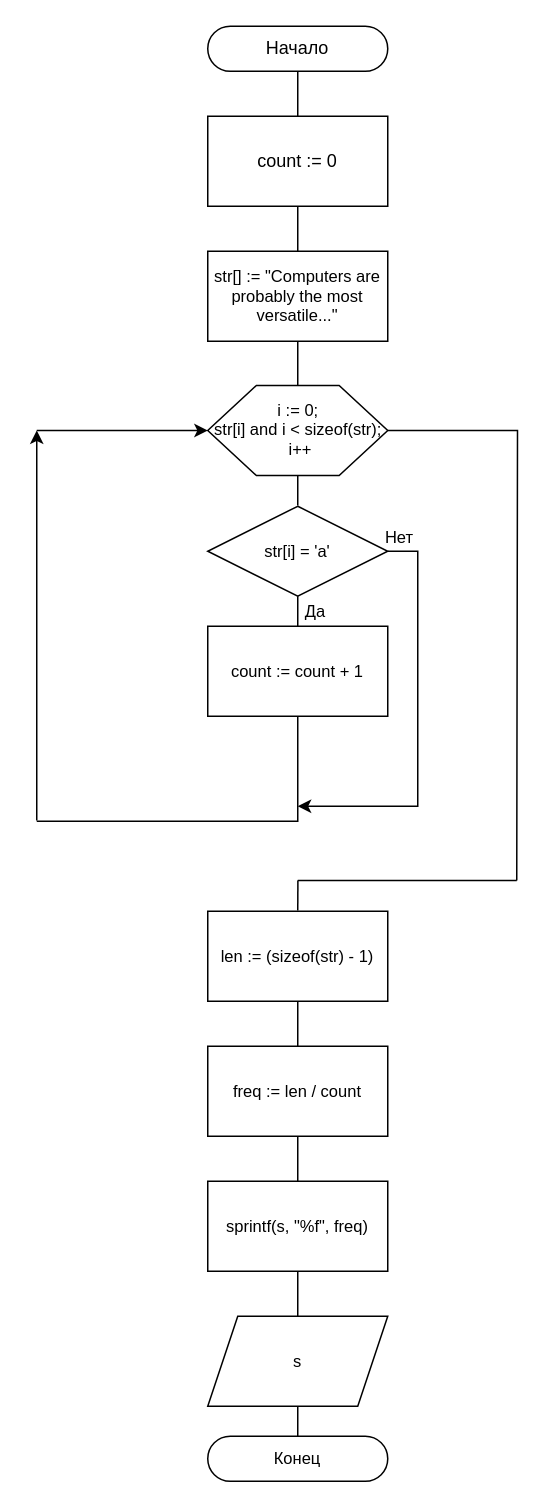
Above: 2.2/report/2.2.2.drawio in marselleze/poais-coding (draw.io), before the change. Source tidied: cells renumbered, new cells numbered last; positions are measured from the earlier drawing's top-left corner, leaving out a move shared by most shapes. Both pictures are drawn from the tidied source at 150%, with x=0, y=0 at pixel (36, 26).
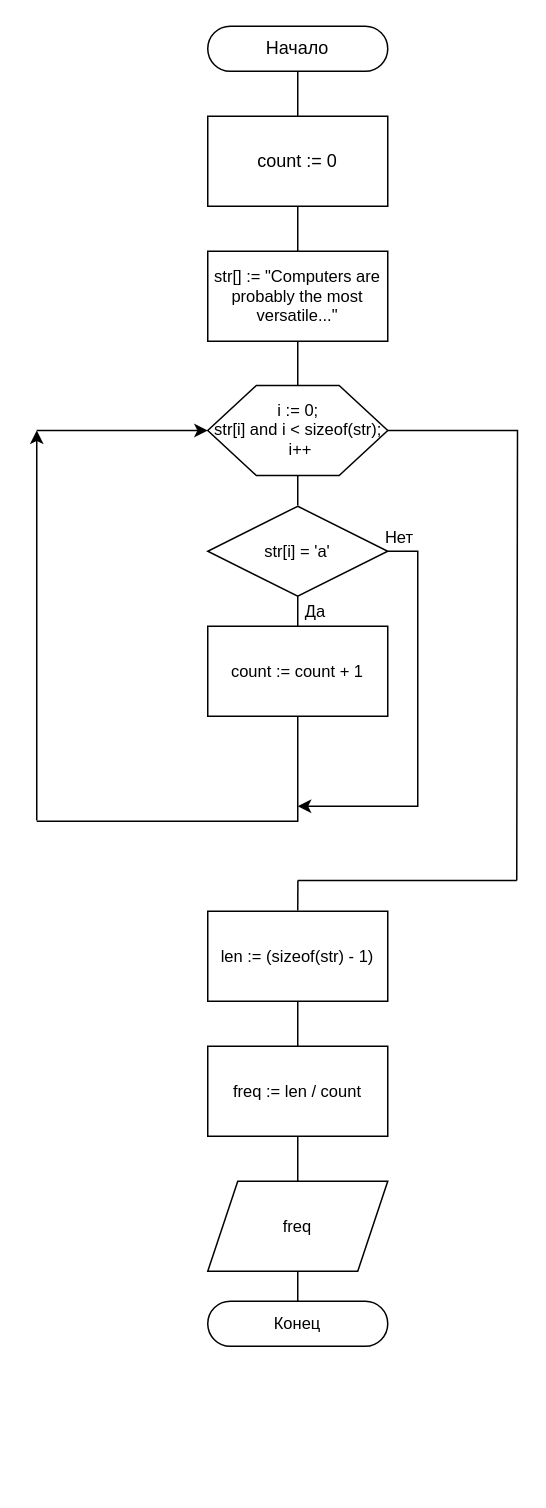
The same diagram, later.

The change refers to these unchanged cells:
```xml
<mxCell id="25" value="freq := len / count" style="rounded=0;whiteSpace=wrap;html=1;fontFamily=Helvetica;fontSize=11;fontColor=default;" parent="1" vertex="1">
  <mxGeometry x="114" y="680" width="120" height="60" as="geometry" />
</mxCell>
```

The edit, as a diff of the source:
```diff
@@
-    <mxCell id="24" style="edgeStyle=orthogonalEdgeStyle;shape=connector;rounded=0;jettySize=auto;html=1;exitX=0.5;exitY=1;exitDx=0;exitDy=0;entryX=0.5;entryY=0;entryDx=0;entryDy=0;labelBackgroundColor=default;strokeColor=default;fontFamily=Helvetica;fontSize=11;fontColor=default;endArrow=none;endFill=0;" parent="1" edge="1" source="25" target="27">
-      <mxGeometry relative="1" as="geometry" />
+    <mxCell id="24" style="edgeStyle=orthogonalEdgeStyle;shape=connector;rounded=0;jettySize=auto;html=1;exitX=0.5;exitY=1;exitDx=0;exitDy=0;entryX=0.5;entryY=0;entryDx=0;entryDy=0;labelBackgroundColor=default;strokeColor=default;fontFamily=Helvetica;fontSize=11;fontColor=default;endArrow=none;endFill=0;" parent="1" edge="1" source="25">
+      <mxGeometry relative="1" as="geometry">
+        <mxPoint x="174" y="770" as="targetPoint" />
+      </mxGeometry>
     </mxCell>
@@
-    <mxCell id="26" style="edgeStyle=orthogonalEdgeStyle;shape=connector;rounded=0;jettySize=auto;html=1;exitX=0.5;exitY=1;exitDx=0;exitDy=0;entryX=0.5;entryY=0;entryDx=0;entryDy=0;labelBackgroundColor=default;strokeColor=default;fontFamily=Helvetica;fontSize=11;fontColor=default;endArrow=none;endFill=0;" parent="1" edge="1" source="27" target="29">
-      <mxGeometry relative="1" as="geometry" />
-    </mxCell>
-    <mxCell id="27" value="sprintf(s, &quot;%f&quot;, freq)" style="rounded=0;whiteSpace=wrap;html=1;fontFamily=Helvetica;fontSize=11;fontColor=default;" parent="1" vertex="1">
-      <mxGeometry x="114" y="770" width="120" height="60" as="geometry" />
-    </mxCell>
@@
-    <mxCell id="29" value="s" style="shape=parallelogram;perimeter=parallelogramPerimeter;whiteSpace=wrap;html=1;fixedSize=1;fontFamily=Helvetica;fontSize=11;fontColor=default;" parent="1" vertex="1">
-      <mxGeometry x="114" y="860" width="120" height="60" as="geometry" />
+    <mxCell id="29" value="freq" style="shape=parallelogram;perimeter=parallelogramPerimeter;whiteSpace=wrap;html=1;fixedSize=1;fontFamily=Helvetica;fontSize=11;fontColor=default;" parent="1" vertex="1">
+      <mxGeometry x="114" y="770" width="120" height="60" as="geometry" />
     </mxCell>
     <mxCell id="30" value="Конец" style="rounded=1;whiteSpace=wrap;html=1;arcSize=50;fontFamily=Helvetica;fontSize=11;fontColor=default;" parent="1" vertex="1">
-      <mxGeometry x="114" y="940" width="120" height="30" as="geometry" />
+      <mxGeometry x="114" y="850" width="120" height="30" as="geometry" />
     </mxCell>
```
